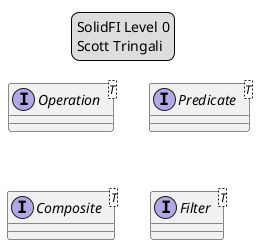
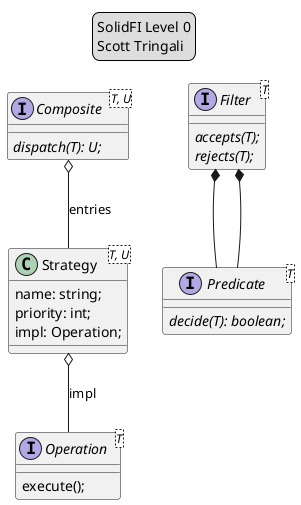
@startuml SolidFI_Level0

legend top center
  SolidFI Level 0
  Scott Tringali
end legend

interface Operation<T> {
-   ' The raw "do the thing" substrate.
-   ' Converter and Transform are semantic wrappers.
+   execute();
}

interface Predicate<T> {
-   ' Substrate for accepts() and rejects() slots.
-   ' Stateless by contract; mechanism is impl-defined.
+   {abstract} decide(T): boolean;
}

- interface Composite<T> {
-   ' Container substrate for Chain and Pipeline.
-   ' Manages ordered collections of Operations.
+ interface Composite<T, U> {
+   {abstract} dispatch(T): U;
}

interface Filter<T> {
-   ' Predicate pair: accepts + rejects.
-   ' Orthogonal composition seam.
+   {abstract} accepts(T);
+   {abstract} rejects(T);
}

+ class Strategy<T, U> {
+   name: string;
+   priority: int;
+   impl: Operation;
+   ' Storage of each chain or transform link (operation)
+ }
+ 
+ ' Composite <|-- Filter
+ Composite o-- Strategy : entries
+ Strategy o-- Operation : impl
+ Filter *-- Predicate
+ Filter *-- Predicate
+ 
@enduml
